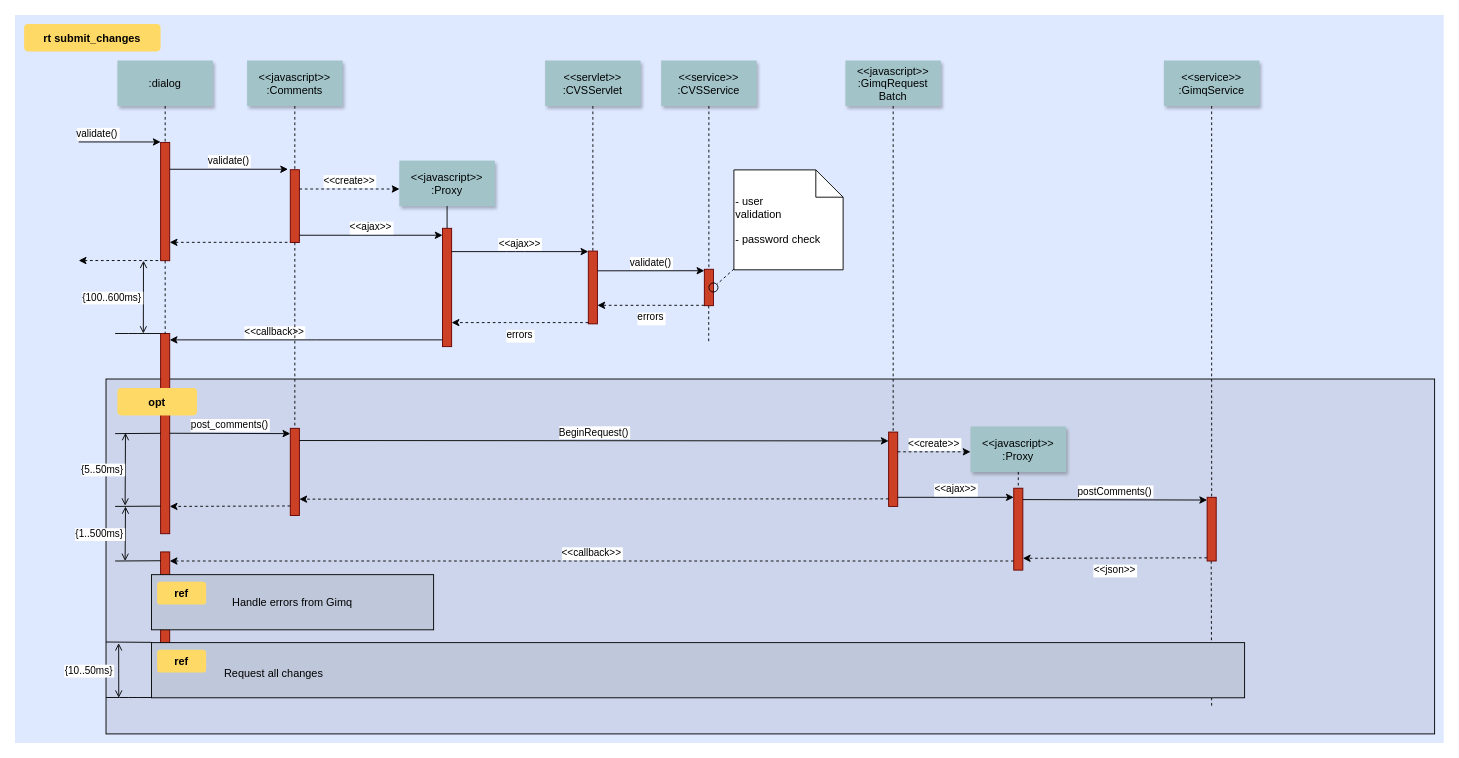
This is 异步任务.drawio from xingzhihe/hello-world, a draw.io file, before an edit. Source tidied: cells renumbered, new cells numbered last; positions are measured from the earlier drawing's top-left corner, leaving out a move shared by most shapes. Both pictures are drawn from the tidied source at 91%, with x=0, y=0 at pixel (15, 15).
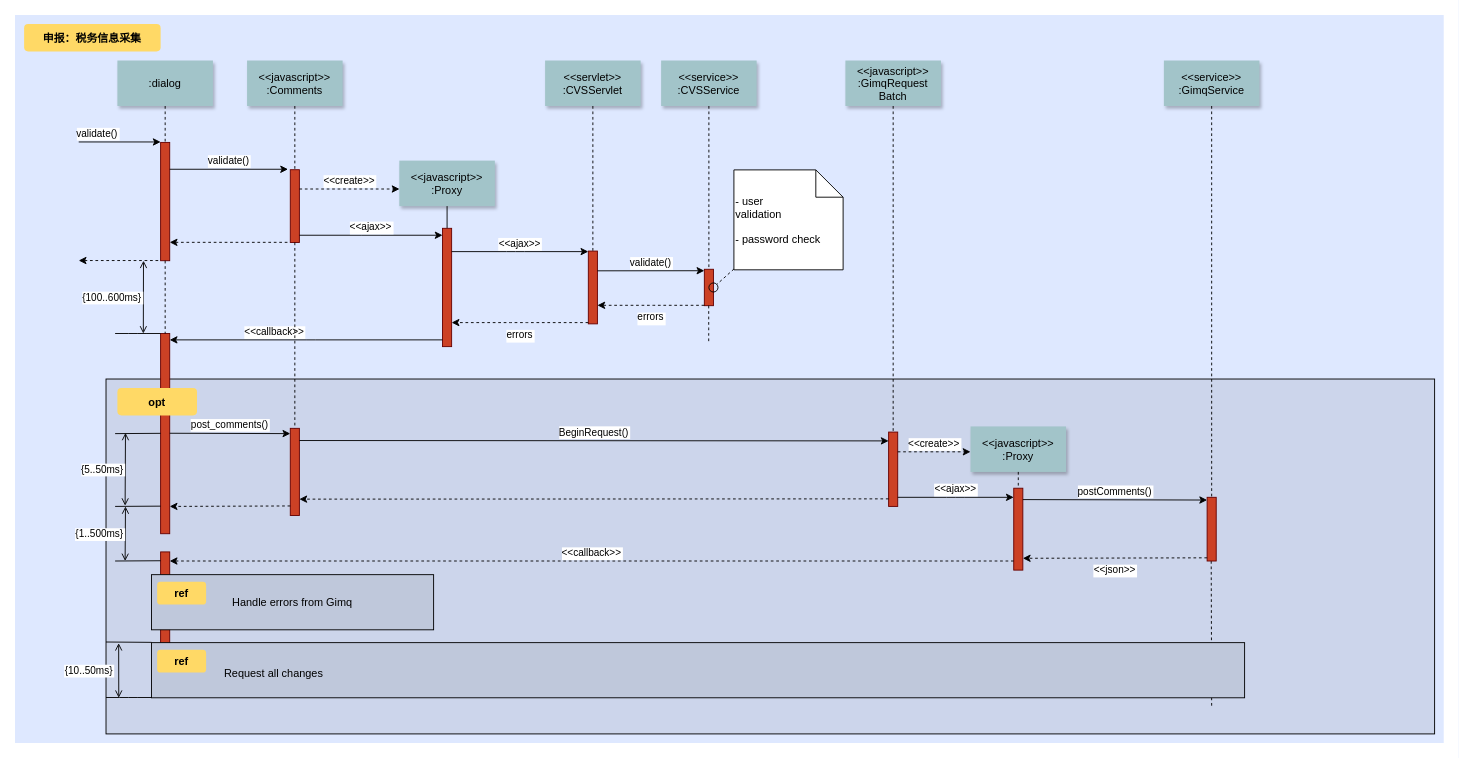
The same page after the edit.

Commit message:
更新异步任务.drawio

What changed in the source:
```diff
@@
-    <mxCell id="60" value="rt submit_changes" style="rounded=1;fontStyle=1;fillColor=#FFD966;strokeColor=none;" parent="1" vertex="1">
+    <mxCell id="60" value="申报：税务信息采集" style="rounded=1;fontStyle=1;fillColor=#FFD966;strokeColor=none;" parent="1" vertex="1">
       <mxGeometry x="10" y="10" width="150" height="30" as="geometry" />
     </mxCell>
```
